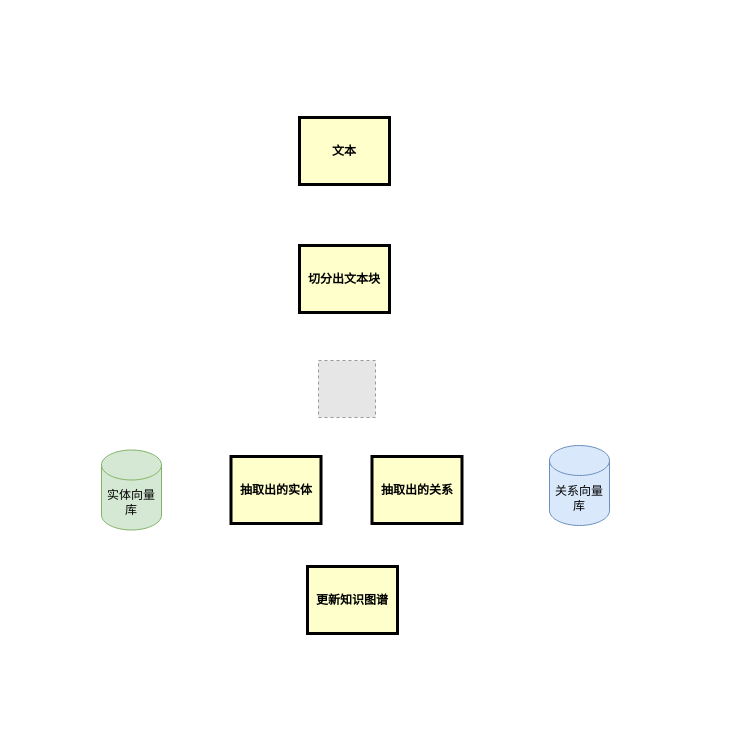
Before: 知识图谱RAG.drawio in liweizhen111/GIt-GitHub_Note, a draw.io diagram. Source tidied: cells renumbered, new cells numbered last; positions are measured from the earlier drawing's top-left corner, leaving out a move shared by most shapes. Both pictures are drawn from the tidied source at 100%, with x=0, y=0 at pixel (101, 117). Pictures stored in the file or linked from it are replaced by grey dashed boxes.
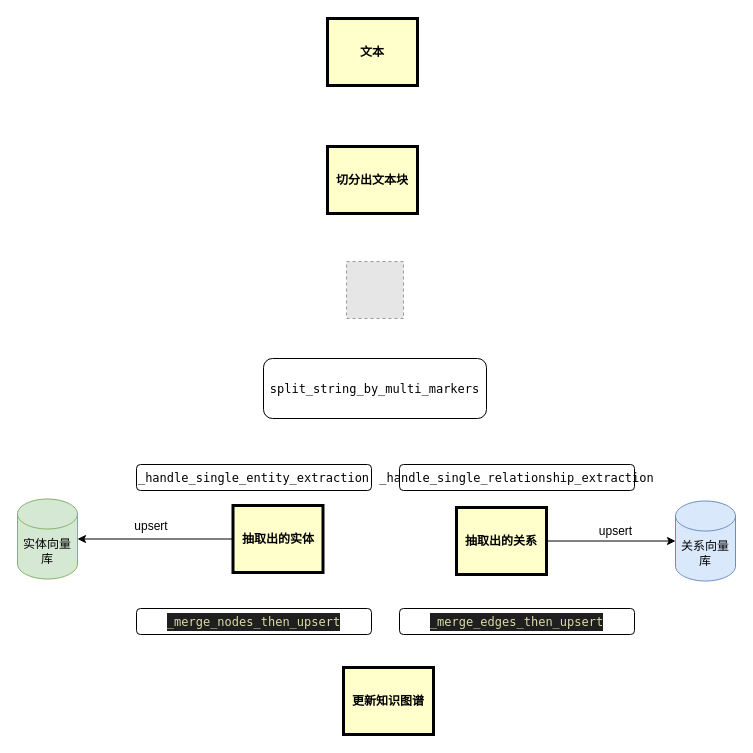
The same diagram, later.

Commit message:
更新知识图谱RAG.drawio

Change to the diagram source:
```diff
@@
 <mxGraphModel>
   <root>
     <mxCell id="0" />
     <mxCell id="1" parent="0" />
     <mxCell id="2" value="文本" style="whiteSpace=wrap;align=center;verticalAlign=middle;fontStyle=1;strokeWidth=3;fillColor=#FFFFCC;" parent="1" vertex="1">
-      <mxGeometry x="198" width="90" height="67" as="geometry" />
+      <mxGeometry x="226" y="-99" width="90" height="67" as="geometry" />
     </mxCell>
     <mxCell id="3" value="切分出文本块" style="whiteSpace=wrap;align=center;verticalAlign=middle;fontStyle=1;strokeWidth=3;fillColor=#FFFFCC;" parent="1" vertex="1">
-      <mxGeometry x="198" y="128" width="90" height="67" as="geometry" />
+      <mxGeometry x="226" y="29" width="90" height="67" as="geometry" />
     </mxCell>
     <mxCell id="4" value="抽取出的实体" style="whiteSpace=wrap;align=center;verticalAlign=middle;fontStyle=1;strokeWidth=3;fillColor=#FFFFCC;" parent="1" vertex="1">
-      <mxGeometry x="129.5" y="339" width="90" height="67" as="geometry" />
+      <mxGeometry x="131.5" y="388" width="90" height="67" as="geometry" />
     </mxCell>
     <mxCell id="5" value="抽取出的关系" style="whiteSpace=wrap;align=center;verticalAlign=middle;fontStyle=1;strokeWidth=3;fillColor=#FFFFCC;" parent="1" vertex="1">
-      <mxGeometry x="270.5" y="339" width="90" height="67" as="geometry" />
+      <mxGeometry x="355" y="390" width="90" height="67" as="geometry" />
     </mxCell>
     <mxCell id="6" value="更新知识图谱" style="whiteSpace=wrap;align=center;verticalAlign=middle;fontStyle=1;strokeWidth=3;fillColor=#FFFFCC;" parent="1" vertex="1">
-      <mxGeometry x="206" y="449" width="90" height="67" as="geometry" />
+      <mxGeometry x="242" y="550" width="90" height="67" as="geometry" />
     </mxCell>
     <mxCell id="7" value="关系向量库" style="shape=cylinder3;whiteSpace=wrap;html=1;boundedLbl=1;backgroundOutline=1;size=15;fillColor=#dae8fc;strokeColor=#6c8ebf;" parent="1" vertex="1">
-      <mxGeometry x="448" y="328" width="60" height="80" as="geometry" />
+      <mxGeometry x="574" y="383.5" width="60" height="80" as="geometry" />
     </mxCell>
     <mxCell id="8" value="实体向量库" style="shape=cylinder3;whiteSpace=wrap;html=1;boundedLbl=1;backgroundOutline=1;size=15;fillColor=#d5e8d4;strokeColor=#82b366;" parent="1" vertex="1">
-      <mxGeometry y="332.5" width="60" height="80" as="geometry" />
+      <mxGeometry x="-84" y="381.5" width="60" height="80" as="geometry" />
     </mxCell>
     <mxCell id="9" style="fillColor=#E6E6E6;strokeColor=#999999;dashed=1;verticalLabelPosition=bottom;labelBackgroundColor=default;verticalAlign=top;" parent="1" vertex="1">
-      <mxGeometry x="217" y="243" width="57" height="57" as="geometry" />
+      <mxGeometry x="245" y="144" width="57" height="57" as="geometry" />
     </mxCell>
+    <mxCell id="10" value="&lt;div style=&quot;text-align: start; font-family: Menlo, Monaco, &amp;quot;Courier New&amp;quot;, monospace; line-height: 18px; white-space: pre;&quot;&gt;&lt;span style=&quot;color: rgb(0, 0, 0);&quot;&gt;split_string_by_multi_markers&lt;/span&gt;&lt;/div&gt;" style="rounded=1;whiteSpace=wrap;html=1;" parent="1" vertex="1">
+      <mxGeometry x="162" y="241" width="223" height="60" as="geometry" />
+    </mxCell>
+    <mxCell id="11" value="&lt;div style=&quot;text-align: start; font-family: Menlo, Monaco, &amp;quot;Courier New&amp;quot;, monospace; line-height: 18px; white-space: pre;&quot;&gt;&lt;div style=&quot;line-height: 18px;&quot;&gt;&lt;span style=&quot;color: rgb(0, 0, 0);&quot;&gt;_handle_single_entity_extraction&lt;/span&gt;&lt;/div&gt;&lt;/div&gt;" style="rounded=1;whiteSpace=wrap;html=1;" parent="1" vertex="1">
+      <mxGeometry x="35" y="347" width="235" height="26" as="geometry" />
+    </mxCell>
+    <mxCell id="12" value="&lt;div style=&quot;text-align: start; font-family: Menlo, Monaco, &amp;quot;Courier New&amp;quot;, monospace; line-height: 18px; white-space: pre;&quot;&gt;&lt;div style=&quot;line-height: 18px;&quot;&gt;&lt;span style=&quot;color: rgb(0, 0, 0);&quot;&gt;_handle_single_relationship_extraction&lt;/span&gt;&lt;/div&gt;&lt;/div&gt;" style="rounded=1;whiteSpace=wrap;html=1;" parent="1" vertex="1">
+      <mxGeometry x="298" y="347" width="235" height="26" as="geometry" />
+    </mxCell>
+    <mxCell id="13" value="&lt;div style=&quot;text-align: start; font-family: Menlo, Monaco, &amp;quot;Courier New&amp;quot;, monospace; line-height: 18px; white-space: pre;&quot;&gt;&lt;div style=&quot;line-height: 18px;&quot;&gt;&lt;div style=&quot;color: rgb(204, 204, 204); background-color: rgb(31, 31, 31); line-height: 18px;&quot;&gt;&lt;span style=&quot;color: rgb(220, 220, 170);&quot;&gt;_merge_nodes_then_upsert&lt;/span&gt;&lt;/div&gt;&lt;/div&gt;&lt;/div&gt;" style="rounded=1;whiteSpace=wrap;html=1;" parent="1" vertex="1">
+      <mxGeometry x="35" y="491" width="235" height="26" as="geometry" />
+    </mxCell>
+    <mxCell id="14" value="&lt;div style=&quot;text-align: start; font-family: Menlo, Monaco, &amp;quot;Courier New&amp;quot;, monospace; line-height: 18px; white-space: pre;&quot;&gt;&lt;div style=&quot;line-height: 18px;&quot;&gt;&lt;div style=&quot;color: rgb(204, 204, 204); background-color: rgb(31, 31, 31); line-height: 18px;&quot;&gt;&lt;span style=&quot;color: rgb(220, 220, 170);&quot;&gt;_merge_edges_then_upsert&lt;/span&gt;&lt;/div&gt;&lt;/div&gt;&lt;/div&gt;" style="rounded=1;whiteSpace=wrap;html=1;" parent="1" vertex="1">
+      <mxGeometry x="298" y="491" width="235" height="26" as="geometry" />
+    </mxCell>
+    <mxCell id="15" style="edgeStyle=orthogonalEdgeStyle;rounded=0;jettySize=auto;html=1;exitX=0;exitY=0.5;exitDx=0;exitDy=0;entryX=1;entryY=0.5;entryDx=0;entryDy=0;entryPerimeter=0;" parent="1" edge="1" source="4" target="8">
+      <mxGeometry relative="1" as="geometry" />
+    </mxCell>
+    <mxCell id="16" value="upsert" style="text;html=1;align=center;verticalAlign=middle;whiteSpace=wrap;rounded=0;" parent="1" vertex="1">
+      <mxGeometry x="20" y="394" width="60" height="30" as="geometry" />
+    </mxCell>
+    <mxCell id="17" value="upsert" style="text;html=1;align=center;verticalAlign=middle;whiteSpace=wrap;rounded=0;" parent="1" vertex="1">
+      <mxGeometry x="496" y="407" width="37" height="13" as="geometry" />
+    </mxCell>
+    <mxCell id="18" style="edgeStyle=orthogonalEdgeStyle;rounded=0;jettySize=auto;html=1;exitX=1;exitY=0.5;exitDx=0;exitDy=0;entryX=0;entryY=0.5;entryDx=0;entryDy=0;entryPerimeter=0;" parent="1" edge="1" source="5" target="7">
+      <mxGeometry relative="1" as="geometry" />
+    </mxCell>
   </root>
 </mxGraphModel>
```
